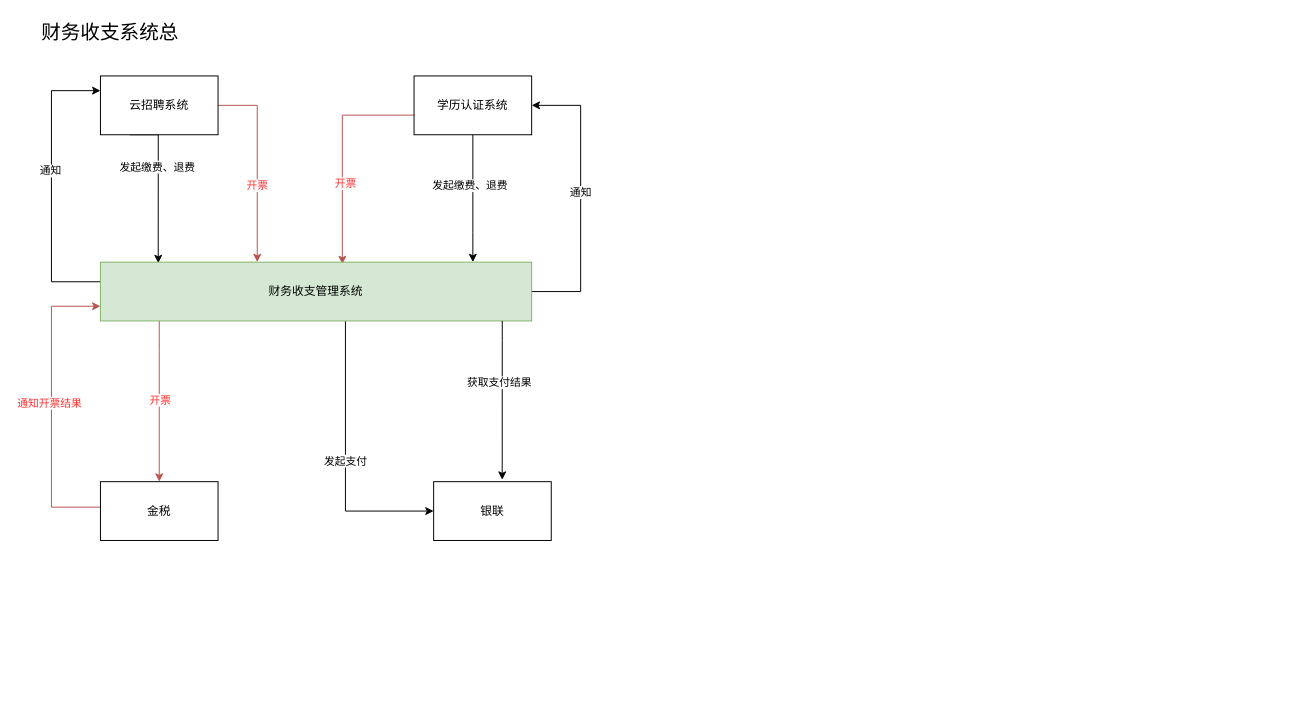
Earlier version of the draw.io diagram 财务系统总.drawio (zhangfengman/autoJs). Source tidied: cells renumbered, new cells numbered last; positions are measured from the earlier drawing's top-left corner, leaving out a move shared by most shapes. Both pictures are drawn from the tidied source at 98%, with x=0, y=0 at pixel (31, 17).
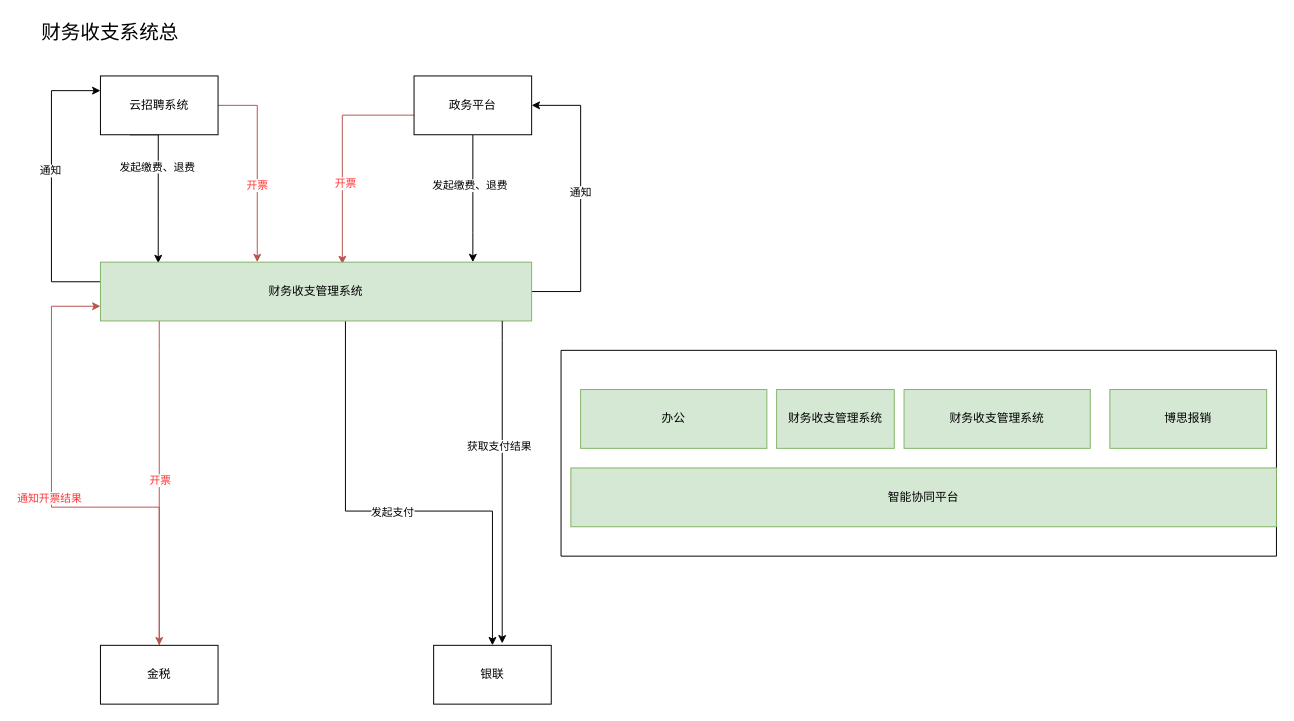
After the change.

Commit message:
更新财务系统总.drawio

Change to the diagram source:
```diff
@@
     <mxCell id="2" value="银联" style="rounded=0;whiteSpace=wrap;html=1;" parent="1" vertex="1">
-      <mxGeometry x="410" y="474" width="120" height="60" as="geometry" />
+      <mxGeometry x="410" y="641" width="120" height="60" as="geometry" />
     </mxCell>
@@
-    <mxCell id="7" value="学历认证系统" style="rounded=0;whiteSpace=wrap;html=1;" parent="1" vertex="1">
+    <mxCell id="7" value="政务平台" style="rounded=0;whiteSpace=wrap;html=1;" parent="1" vertex="1">
       <mxGeometry x="390" y="60" width="120" height="60" as="geometry" />
     </mxCell>
@@
     <mxCell id="15" value="金税" style="rounded=0;whiteSpace=wrap;html=1;" parent="1" vertex="1">
-      <mxGeometry x="70" y="474" width="120" height="60" as="geometry" />
+      <mxGeometry x="70" y="641" width="120" height="60" as="geometry" />
     </mxCell>
@@
+    <mxCell id="28" style="swimlane;startSize=0;" parent="1" vertex="1">
+      <mxGeometry x="540" y="340" width="730" height="210" as="geometry" />
+    </mxCell>
+    <mxCell id="29" value="智能协同平台" style="rounded=0;whiteSpace=wrap;html=1;fillColor=#d5e8d4;strokeColor=#82b366;" parent="28" vertex="1">
+      <mxGeometry x="10" y="120" width="720" height="60" as="geometry" />
+    </mxCell>
+    <mxCell id="30" value="博思报销" style="rounded=0;whiteSpace=wrap;html=1;fillColor=#d5e8d4;strokeColor=#82b366;" parent="28" vertex="1">
+      <mxGeometry x="560" y="40" width="160" height="60" as="geometry" />
+    </mxCell>
+    <mxCell id="31" value="财务收支管理系统" style="rounded=0;whiteSpace=wrap;html=1;fillColor=#d5e8d4;strokeColor=#82b366;" parent="28" vertex="1">
+      <mxGeometry x="350" y="40" width="190" height="60" as="geometry" />
+    </mxCell>
+    <mxCell id="32" value="办公" style="rounded=0;whiteSpace=wrap;html=1;fillColor=#d5e8d4;strokeColor=#82b366;" parent="28" vertex="1">
+      <mxGeometry x="20" y="40" width="190" height="60" as="geometry" />
+    </mxCell>
+    <mxCell id="33" value="财务收支管理系统" style="rounded=0;whiteSpace=wrap;html=1;fillColor=#d5e8d4;strokeColor=#82b366;" parent="28" vertex="1">
+      <mxGeometry x="220" y="40" width="120" height="60" as="geometry" />
+    </mxCell>
```
